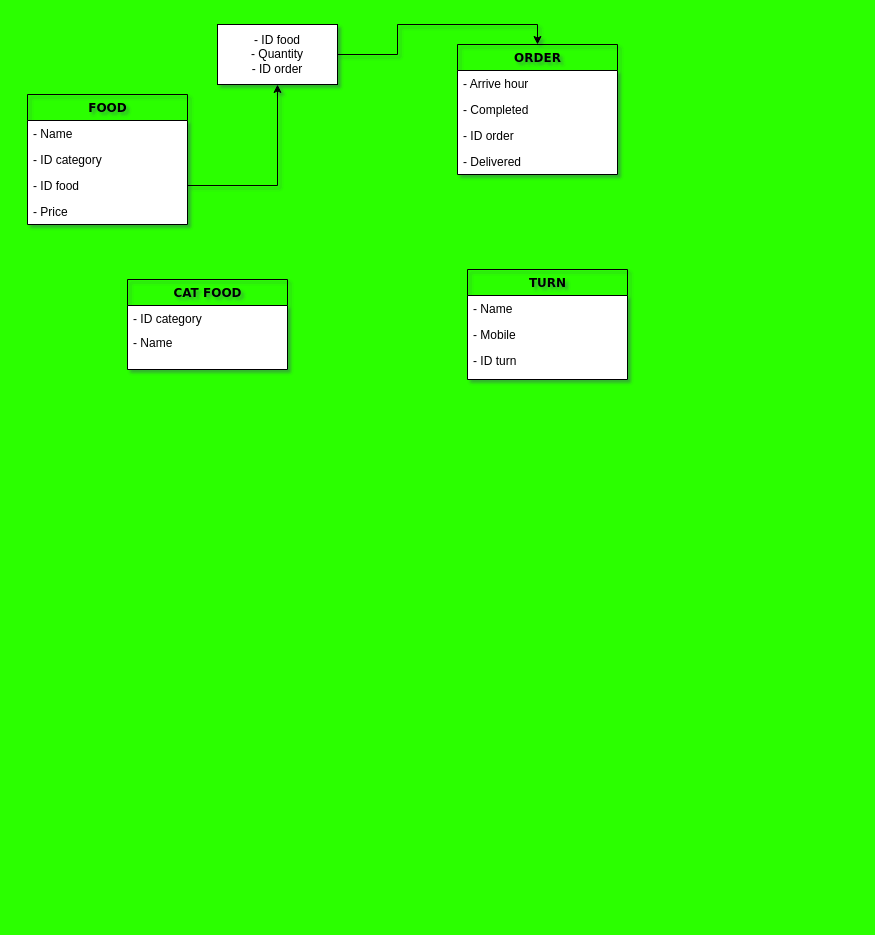
Earlier version of the draw.io diagram 名称未設定ファイル.drawio (VictorJ-Ch/Cafeteria-Menu). Source tidied: cells renumbered, new cells numbered last; positions are measured from the earlier drawing's top-left corner, leaving out a move shared by most shapes. Both pictures are drawn from the tidied source at 100%, with x=0, y=0 at pixel (27, 24).
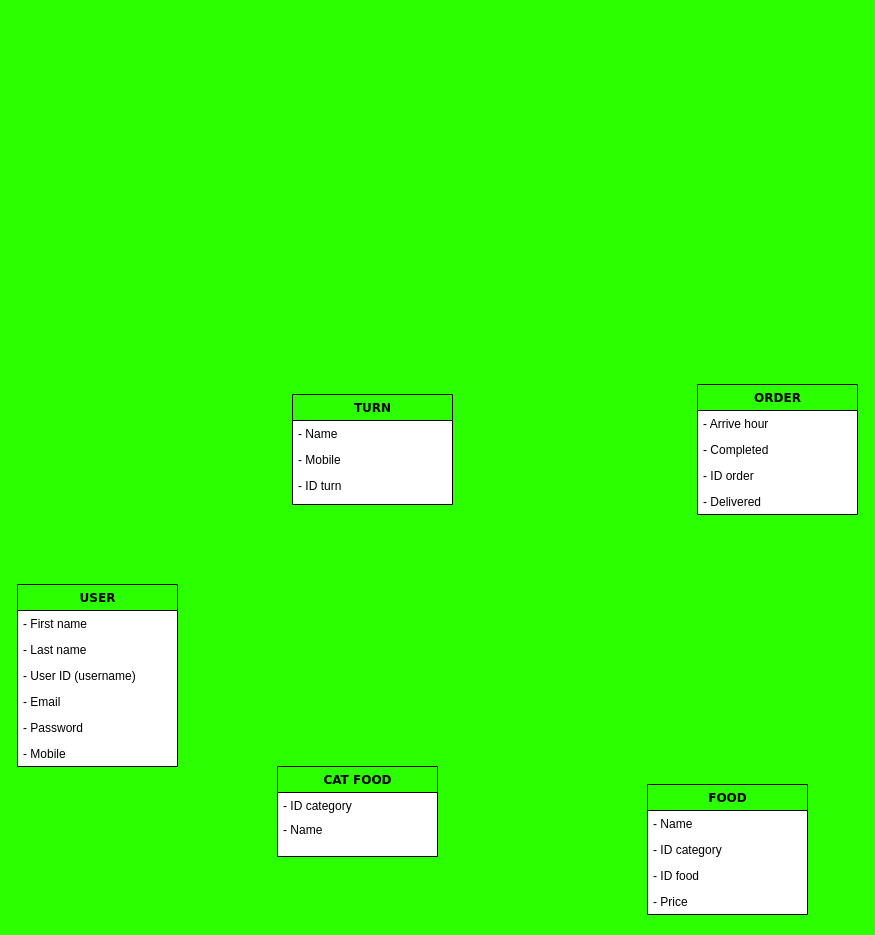
Above is the later version.

Unchanged cells that the change refers to:
```xml
<mxCell id="5" value="- ID food" style="text;html=1;strokeColor=none;fillColor=none;align=left;verticalAlign=top;spacingLeft=4;spacingRight=4;whiteSpace=wrap;overflow=hidden;points=[[0,0.5],[1,0.5]];portConstraint=eastwest;" parent="2" vertex="1">
  <mxGeometry y="78" width="160" height="26" as="geometry" />
</mxCell>
```

Change to the diagram source:
```diff
@@
-<mxGraphModel background="#2bff00" shadow="1">
+<mxGraphModel background="#2bff00">
@@
     <mxCell id="2" value="FOOD" style="swimlane;html=1;fontStyle=1;align=center;verticalAlign=top;horizontal=1;startSize=26;swimlaneFillColor=#ffffff;rounded=0;shadow=0;comic=0;labelBackgroundColor=none;strokeWidth=1;fillColor=none;fontFamily=Verdana;fontSize=12;" parent="1" vertex="1">
-      <mxGeometry y="70" width="160" height="130" as="geometry" />
+      <mxGeometry x="620" y="760" width="160" height="130" as="geometry" />
     </mxCell>
@@
-    <mxCell id="7" value="TURN" style="swimlane;html=1;fontStyle=1;align=center;verticalAlign=top;horizontal=1;startSize=26;swimlaneFillColor=#ffffff;rounded=0;shadow=0;comic=0;labelBackgroundColor=none;strokeWidth=1;fillColor=none;fontFamily=Verdana;fontSize=12;" parent="1" vertex="1">
-      <mxGeometry x="440" y="245" width="160" height="110" as="geometry" />
-    </mxCell>
-    <mxCell id="8" value="- Name" style="text;html=1;strokeColor=none;fillColor=none;align=left;verticalAlign=top;spacingLeft=4;spacingRight=4;whiteSpace=wrap;overflow=hidden;" parent="7" vertex="1">
-      <mxGeometry y="26" width="160" height="26" as="geometry" />
-    </mxCell>
-    <mxCell id="9" value="- Mobile" style="text;html=1;strokeColor=none;fillColor=none;align=left;verticalAlign=top;spacingLeft=4;spacingRight=4;whiteSpace=wrap;overflow=hidden;" parent="7" vertex="1">
-      <mxGeometry y="52" width="160" height="26" as="geometry" />
-    </mxCell>
-    <mxCell id="10" value="- ID turn" style="text;html=1;strokeColor=none;fillColor=none;align=left;verticalAlign=top;spacingLeft=4;spacingRight=4;whiteSpace=wrap;overflow=hidden;" parent="7" vertex="1">
-      <mxGeometry y="78" width="160" height="26" as="geometry" />
-    </mxCell>
     <mxCell id="11" value="ORDER" style="swimlane;html=1;fontStyle=1;align=center;verticalAlign=top;horizontal=1;startSize=26;swimlaneFillColor=#ffffff;rounded=0;shadow=0;comic=0;labelBackgroundColor=none;strokeWidth=1;fillColor=none;fontFamily=Verdana;fontSize=12;" parent="1" vertex="1">
-      <mxGeometry x="430" y="20" width="160" height="130" as="geometry" />
+      <mxGeometry x="670" y="360" width="160" height="130" as="geometry" />
     </mxCell>
@@
-    <mxCell id="16" style="edgeStyle=orthogonalEdgeStyle;rounded=0;jettySize=auto;html=1;entryX=0.5;entryY=0;entryDx=0;entryDy=0;" parent="1" edge="1" source="17" target="11">
-      <mxGeometry relative="1" as="geometry" />
-    </mxCell>
-    <mxCell id="17" value="- ID food&lt;br&gt;- Quantity&lt;br&gt;- ID order" style="whiteSpace=wrap;html=1;" parent="1" vertex="1">
-      <mxGeometry x="190" width="120" height="60" as="geometry" />
-    </mxCell>
-    <mxCell id="18" style="edgeStyle=orthogonalEdgeStyle;rounded=0;jettySize=auto;html=1;" parent="1" edge="1" source="5" target="17">
-      <mxGeometry relative="1" as="geometry" />
-    </mxCell>
+    <mxCell id="22" value="USER" style="swimlane;html=1;fontStyle=1;align=center;verticalAlign=top;horizontal=1;startSize=26;swimlaneFillColor=#ffffff;rounded=0;shadow=0;comic=0;labelBackgroundColor=none;strokeWidth=1;fillColor=none;fontFamily=Verdana;fontSize=12;" parent="1" vertex="1">
+      <mxGeometry x="-10" y="560" width="160" height="182" as="geometry" />
+    </mxCell>
+    <mxCell id="23" value="- First name" style="text;html=1;strokeColor=none;fillColor=none;align=left;verticalAlign=top;spacingLeft=4;spacingRight=4;whiteSpace=wrap;overflow=hidden;" parent="22" vertex="1">
+      <mxGeometry y="26" width="160" height="26" as="geometry" />
+    </mxCell>
+    <mxCell id="24" value="- Last name" style="text;html=1;strokeColor=none;fillColor=none;align=left;verticalAlign=top;spacingLeft=4;spacingRight=4;whiteSpace=wrap;overflow=hidden;" parent="22" vertex="1">
+      <mxGeometry y="52" width="160" height="26" as="geometry" />
+    </mxCell>
+    <mxCell id="25" value="- User ID (username)" style="text;html=1;strokeColor=none;fillColor=none;align=left;verticalAlign=top;spacingLeft=4;spacingRight=4;whiteSpace=wrap;overflow=hidden;" parent="22" vertex="1">
+      <mxGeometry y="78" width="160" height="26" as="geometry" />
+    </mxCell>
+    <mxCell id="26" value="- Email" style="text;html=1;strokeColor=none;fillColor=none;align=left;verticalAlign=top;spacingLeft=4;spacingRight=4;whiteSpace=wrap;overflow=hidden;" parent="22" vertex="1">
+      <mxGeometry y="104" width="160" height="26" as="geometry" />
+    </mxCell>
+    <mxCell id="27" value="- Password" style="text;html=1;strokeColor=none;fillColor=none;align=left;verticalAlign=top;spacingLeft=4;spacingRight=4;whiteSpace=wrap;overflow=hidden;" parent="22" vertex="1">
+      <mxGeometry y="130" width="160" height="26" as="geometry" />
+    </mxCell>
+    <mxCell id="28" value="- Mobile" style="text;html=1;strokeColor=none;fillColor=none;align=left;verticalAlign=top;spacingLeft=4;spacingRight=4;whiteSpace=wrap;overflow=hidden;" parent="22" vertex="1">
+      <mxGeometry y="156" width="160" height="26" as="geometry" />
+    </mxCell>
+    <mxCell id="7" value="TURN" style="swimlane;html=1;fontStyle=1;align=center;verticalAlign=top;horizontal=1;startSize=26;swimlaneFillColor=#ffffff;rounded=0;shadow=0;comic=0;labelBackgroundColor=none;strokeWidth=1;fillColor=none;fontFamily=Verdana;fontSize=12;" parent="1" vertex="1">
+      <mxGeometry x="265" y="370" width="160" height="110" as="geometry" />
+    </mxCell>
+    <mxCell id="8" value="- Name" style="text;html=1;strokeColor=none;fillColor=none;align=left;verticalAlign=top;spacingLeft=4;spacingRight=4;whiteSpace=wrap;overflow=hidden;" parent="7" vertex="1">
+      <mxGeometry y="26" width="160" height="26" as="geometry" />
+    </mxCell>
+    <mxCell id="9" value="- Mobile" style="text;html=1;strokeColor=none;fillColor=none;align=left;verticalAlign=top;spacingLeft=4;spacingRight=4;whiteSpace=wrap;overflow=hidden;" parent="7" vertex="1">
+      <mxGeometry y="52" width="160" height="26" as="geometry" />
+    </mxCell>
+    <mxCell id="10" value="- ID turn" style="text;html=1;strokeColor=none;fillColor=none;align=left;verticalAlign=top;spacingLeft=4;spacingRight=4;whiteSpace=wrap;overflow=hidden;" parent="7" vertex="1">
+      <mxGeometry y="78" width="160" height="26" as="geometry" />
+    </mxCell>
     <mxCell id="19" value="CAT FOOD" style="swimlane;html=1;fontStyle=1;align=center;verticalAlign=top;horizontal=1;startSize=26;swimlaneFillColor=#ffffff;rounded=0;shadow=0;comic=0;labelBackgroundColor=none;strokeWidth=1;fillColor=none;fontFamily=Verdana;fontSize=12;" parent="1" vertex="1">
-      <mxGeometry x="100" y="255" width="160" height="90" as="geometry" />
+      <mxGeometry x="250" y="742" width="160" height="90" as="geometry" />
     </mxCell>
```
